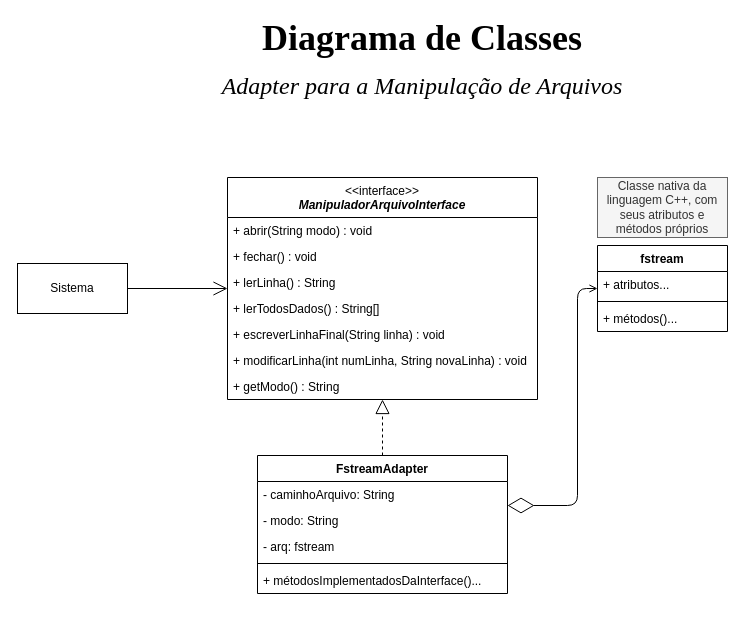
Earlier version of the draw.io diagram documents/diagramas/Classes-ManipuladorArquivo-Adapter.drawio (V1torMiranda/ifpb-biblioteca-comunitaria). Source tidied: cells renumbered, new cells numbered last; positions are measured from the earlier drawing's top-left corner, leaving out a move shared by most shapes. Both pictures are drawn from the tidied source at 100%, with x=0, y=0 at pixel (17, 25).
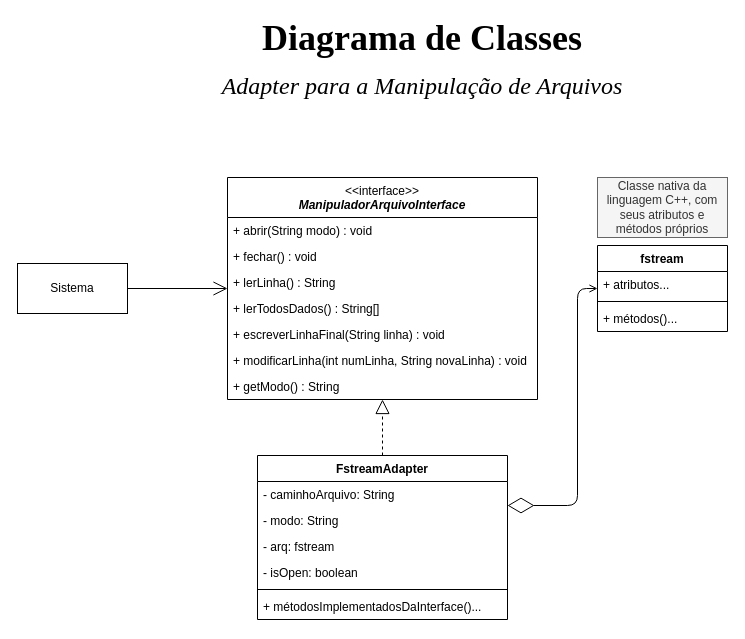
Above is the later version.

What changed in the source:
```diff
@@
     <mxCell id="12" value="FstreamAdapter" style="swimlane;fontStyle=1;align=center;verticalAlign=top;horizontal=1;startSize=26;whiteSpace=wrap;html=1;" parent="1" vertex="1">
-      <mxGeometry x="240" y="430" width="250" height="138" as="geometry" />
+      <mxGeometry x="240" y="430" width="250" height="164" as="geometry" />
     </mxCell>
@@
+    <mxCell id="27" value="- isOpen: boolean" style="text;strokeColor=none;fillColor=none;align=left;verticalAlign=top;spacingLeft=4;spacingRight=4;overflow=hidden;whiteSpace=wrap;html=1;" parent="12" vertex="1">
+      <mxGeometry y="104" width="250" height="26" as="geometry" />
+    </mxCell>
     <mxCell id="16" style="line;strokeWidth=1;fillColor=none;align=left;verticalAlign=middle;spacingTop=-1;spacingLeft=3;spacingRight=3;labelPosition=right;strokeColor=inherit;" parent="12" vertex="1">
-      <mxGeometry y="104" width="250" height="8" as="geometry" />
+      <mxGeometry y="130" width="250" height="8" as="geometry" />
     </mxCell>
     <mxCell id="17" value="+ métodosImplementadosDaInterface()..." style="text;strokeColor=none;fillColor=none;align=left;verticalAlign=top;spacingLeft=4;spacingRight=4;overflow=hidden;whiteSpace=wrap;html=1;" parent="12" vertex="1">
-      <mxGeometry y="112" width="250" height="26" as="geometry" />
+      <mxGeometry y="138" width="250" height="26" as="geometry" />
     </mxCell>
```
